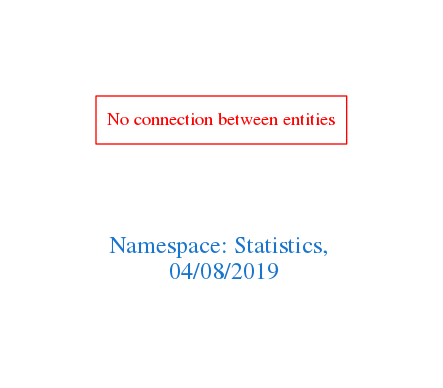
arago/OGIT keeps this Graphviz diagram as downloads/Statistics.png. Above is the earlier version. Its source is kept beside it as downloads/Statistics.dot.
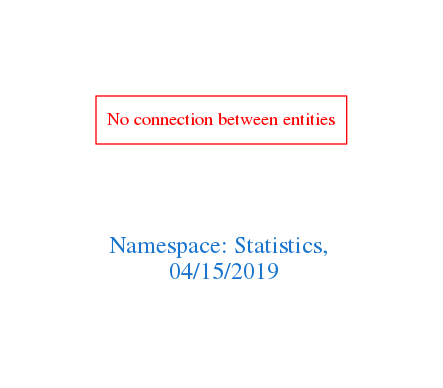
The same diagram one commit later.

What changed in the source:
```diff
@@ -1,7 +1,7 @@
 digraph OGIT_ontology {
  graph [ rankdir= LR,pad=1
 fontsize = 18,
-fontcolor= dodgerblue3,label = "\n\n\nNamespace: Statistics, \n 04/08/2019"];
+fontcolor= dodgerblue3,label = "\n\n\nNamespace: Statistics, \n 04/15/2019"];
 node[shape=polygon];
 edge [  color="gray81"];
 
```
